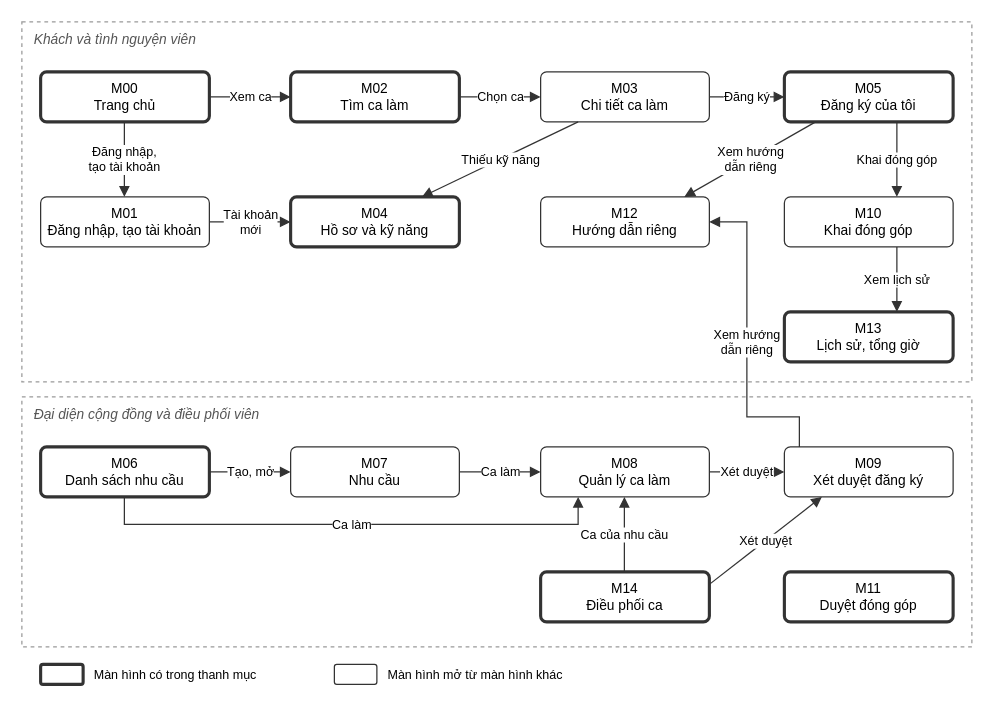
kanishere55/OOSD_NenTangDieuPhoi_TNV keeps this draw.io diagram as docs/giao_dien/drawio/So_do_chuyen_man_hinh.drawio. Above is the earlier version. Source tidied: cells renumbered, new cells numbered last; positions are measured from the earlier drawing's top-left corner, leaving out a move shared by most shapes. Both pictures are drawn from the tidied source at 125%, with x=0, y=0 at pixel (21, 21).
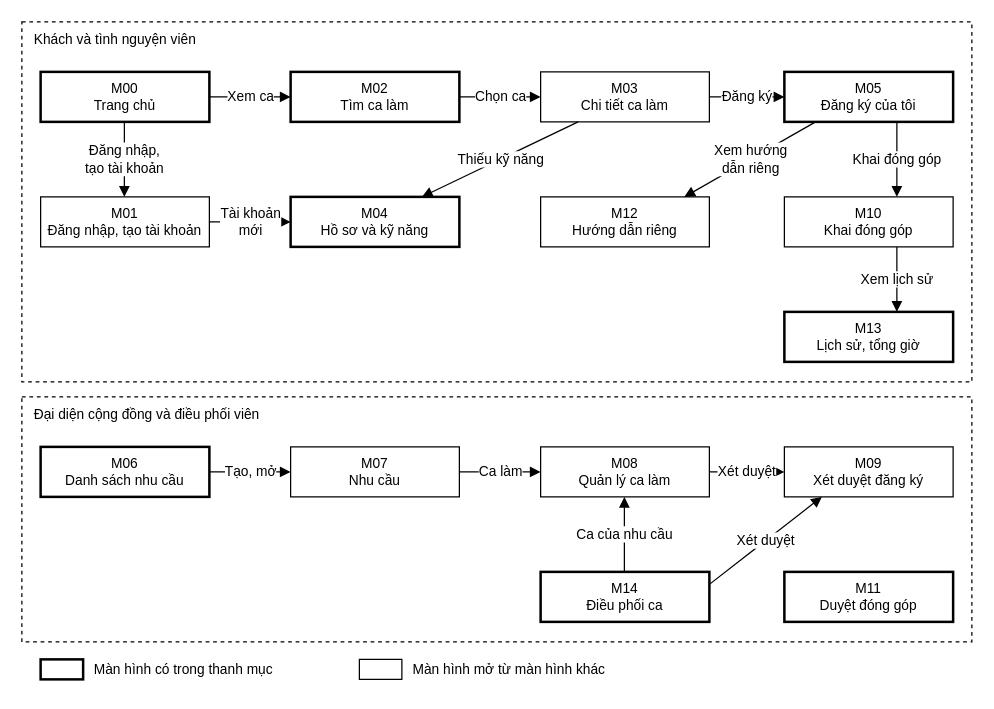
The same page after the edit.

Diff of the diagram source:
```diff
@@
-    <mxCell id="2" style="rounded=0;arcSize=8;whiteSpace=wrap;html=1;fillColor=#ffffff;strokeColor=#999999;dashed=1;" parent="1" vertex="1">
+    <mxCell id="2" style="rounded=0;whiteSpace=wrap;html=1;fillColor=#ffffff;strokeColor=#000000;fontColor=#000000;fontSize=12;align=center;dashed=1;" parent="1" vertex="1">
       <mxGeometry width="760" height="288" as="geometry" />
     </mxCell>
-    <mxCell id="3" value="Khách và tình nguyện viên" style="text;html=1;strokeColor=none;fillColor=none;align=left;verticalAlign=middle;whiteSpace=wrap;rounded=0;fontSize=11;fontStyle=2;fontColor=#555555;" parent="1" vertex="1">
-      <mxGeometry x="8" y="4" width="300" height="19" as="geometry" />
+    <mxCell id="3" value="Khách và tình nguyện viên" style="text;html=1;strokeColor=none;fillColor=none;whiteSpace=wrap;verticalAlign=middle;fontColor=#000000;align=left;fontSize=11;fontStyle=0;" parent="1" vertex="1">
+      <mxGeometry x="8" y="4" width="300" height="20" as="geometry" />
     </mxCell>
-    <mxCell id="4" style="rounded=0;arcSize=8;whiteSpace=wrap;html=1;fillColor=#ffffff;strokeColor=#999999;dashed=1;" parent="1" vertex="1">
-      <mxGeometry y="300" width="760" height="200" as="geometry" />
+    <mxCell id="4" style="rounded=0;whiteSpace=wrap;html=1;fillColor=#ffffff;strokeColor=#000000;fontColor=#000000;fontSize=12;align=center;dashed=1;" parent="1" vertex="1">
+      <mxGeometry y="300" width="760" height="196" as="geometry" />
     </mxCell>
-    <mxCell id="5" value="Đại diện cộng đồng và điều phối viên" style="text;html=1;strokeColor=none;fillColor=none;align=left;verticalAlign=middle;whiteSpace=wrap;rounded=0;fontSize=11;fontStyle=2;fontColor=#555555;" parent="1" vertex="1">
-      <mxGeometry x="8" y="304" width="300" height="19" as="geometry" />
+    <mxCell id="5" value="Đại diện cộng đồng và điều phối viên" style="text;html=1;strokeColor=none;fillColor=none;whiteSpace=wrap;verticalAlign=middle;fontColor=#000000;align=left;fontSize=11;fontStyle=0;" parent="1" vertex="1">
+      <mxGeometry x="8" y="304" width="300" height="20" as="geometry" />
     </mxCell>
-    <mxCell id="6" value="M00&lt;br&gt;Trang chủ" style="rounded=1;arcSize=12;whiteSpace=wrap;html=1;fontSize=11;fillColor=#ffffff;strokeColor=#333333;strokeWidth=2.5;" parent="1" vertex="1">
+    <mxCell id="6" value="M00&lt;br&gt;Trang chủ" style="rounded=0;whiteSpace=wrap;html=1;fillColor=#ffffff;strokeColor=#000000;fontColor=#000000;fontSize=11;align=center;strokeWidth=2;" parent="1" vertex="1">
       <mxGeometry x="15" y="40" width="135" height="40" as="geometry" />
     </mxCell>
-    <mxCell id="7" value="M02&lt;br&gt;Tìm ca làm" style="rounded=1;arcSize=12;whiteSpace=wrap;html=1;fontSize=11;fillColor=#ffffff;strokeColor=#333333;strokeWidth=2.5;" parent="1" vertex="1">
+    <mxCell id="7" value="M02&lt;br&gt;Tìm ca làm" style="rounded=0;whiteSpace=wrap;html=1;fillColor=#ffffff;strokeColor=#000000;fontColor=#000000;fontSize=11;align=center;strokeWidth=2;" parent="1" vertex="1">
       <mxGeometry x="215" y="40" width="135" height="40" as="geometry" />
     </mxCell>
-    <mxCell id="8" value="M03&lt;br&gt;Chi tiết ca làm" style="rounded=1;arcSize=12;whiteSpace=wrap;html=1;fontSize=11;fillColor=#ffffff;strokeColor=#333333;" parent="1" vertex="1">
+    <mxCell id="8" value="M03&lt;br&gt;Chi tiết ca làm" style="rounded=0;whiteSpace=wrap;html=1;fillColor=#ffffff;strokeColor=#000000;fontColor=#000000;fontSize=11;align=center;" parent="1" vertex="1">
       <mxGeometry x="415" y="40" width="135" height="40" as="geometry" />
     </mxCell>
-    <mxCell id="9" value="M05&lt;br&gt;Đăng ký của tôi" style="rounded=1;arcSize=12;whiteSpace=wrap;html=1;fontSize=11;fillColor=#ffffff;strokeColor=#333333;strokeWidth=2.5;" parent="1" vertex="1">
+    <mxCell id="9" value="M05&lt;br&gt;Đăng ký của tôi" style="rounded=0;whiteSpace=wrap;html=1;fillColor=#ffffff;strokeColor=#000000;fontColor=#000000;fontSize=11;align=center;strokeWidth=2;" parent="1" vertex="1">
       <mxGeometry x="610" y="40" width="135" height="40" as="geometry" />
     </mxCell>
-    <mxCell id="10" value="M01&lt;br&gt;Đăng nhập, tạo tài khoản" style="rounded=1;arcSize=12;whiteSpace=wrap;html=1;fontSize=11;fillColor=#ffffff;strokeColor=#333333;" parent="1" vertex="1">
+    <mxCell id="10" value="M01&lt;br&gt;Đăng nhập, tạo tài khoản" style="rounded=0;whiteSpace=wrap;html=1;fillColor=#ffffff;strokeColor=#000000;fontColor=#000000;fontSize=11;align=center;" parent="1" vertex="1">
       <mxGeometry x="15" y="140" width="135" height="40" as="geometry" />
     </mxCell>
-    <mxCell id="11" value="M04&lt;br&gt;Hồ sơ và kỹ năng" style="rounded=1;arcSize=12;whiteSpace=wrap;html=1;fontSize=11;fillColor=#ffffff;strokeColor=#333333;strokeWidth=2.5;" parent="1" vertex="1">
+    <mxCell id="11" value="M04&lt;br&gt;Hồ sơ và kỹ năng" style="rounded=0;whiteSpace=wrap;html=1;fillColor=#ffffff;strokeColor=#000000;fontColor=#000000;fontSize=11;align=center;strokeWidth=2;" parent="1" vertex="1">
       <mxGeometry x="215" y="140" width="135" height="40" as="geometry" />
     </mxCell>
-    <mxCell id="12" value="M12&lt;br&gt;Hướng dẫn riêng" style="rounded=1;arcSize=12;whiteSpace=wrap;html=1;fontSize=11;fillColor=#ffffff;strokeColor=#333333;" parent="1" vertex="1">
+    <mxCell id="12" value="M12&lt;br&gt;Hướng dẫn riêng" style="rounded=0;whiteSpace=wrap;html=1;fillColor=#ffffff;strokeColor=#000000;fontColor=#000000;fontSize=11;align=center;" parent="1" vertex="1">
       <mxGeometry x="415" y="140" width="135" height="40" as="geometry" />
     </mxCell>
-    <mxCell id="13" value="M10&lt;br&gt;Khai đóng góp" style="rounded=1;arcSize=12;whiteSpace=wrap;html=1;fontSize=11;fillColor=#ffffff;strokeColor=#333333;" parent="1" vertex="1">
+    <mxCell id="13" value="M10&lt;br&gt;Khai đóng góp" style="rounded=0;whiteSpace=wrap;html=1;fillColor=#ffffff;strokeColor=#000000;fontColor=#000000;fontSize=11;align=center;" parent="1" vertex="1">
       <mxGeometry x="610" y="140" width="135" height="40" as="geometry" />
     </mxCell>
-    <mxCell id="14" value="M13&lt;br&gt;Lịch sử, tổng giờ" style="rounded=1;arcSize=12;whiteSpace=wrap;html=1;fontSize=11;fillColor=#ffffff;strokeColor=#333333;strokeWidth=2.5;" parent="1" vertex="1">
+    <mxCell id="14" value="M13&lt;br&gt;Lịch sử, tổng giờ" style="rounded=0;whiteSpace=wrap;html=1;fillColor=#ffffff;strokeColor=#000000;fontColor=#000000;fontSize=11;align=center;strokeWidth=2;" parent="1" vertex="1">
       <mxGeometry x="610" y="232" width="135" height="40" as="geometry" />
     </mxCell>
-    <mxCell id="15" value="M06&lt;br&gt;Danh sách nhu cầu" style="rounded=1;arcSize=12;whiteSpace=wrap;html=1;fontSize=11;fillColor=#ffffff;strokeColor=#333333;strokeWidth=2.5;" parent="1" vertex="1">
+    <mxCell id="15" value="M06&lt;br&gt;Danh sách nhu cầu" style="rounded=0;whiteSpace=wrap;html=1;fillColor=#ffffff;strokeColor=#000000;fontColor=#000000;fontSize=11;align=center;strokeWidth=2;" parent="1" vertex="1">
       <mxGeometry x="15" y="340" width="135" height="40" as="geometry" />
     </mxCell>
-    <mxCell id="16" value="M07&lt;br&gt;Nhu cầu" style="rounded=1;arcSize=12;whiteSpace=wrap;html=1;fontSize=11;fillColor=#ffffff;strokeColor=#333333;" parent="1" vertex="1">
+    <mxCell id="16" value="M07&lt;br&gt;Nhu cầu" style="rounded=0;whiteSpace=wrap;html=1;fillColor=#ffffff;strokeColor=#000000;fontColor=#000000;fontSize=11;align=center;" parent="1" vertex="1">
       <mxGeometry x="215" y="340" width="135" height="40" as="geometry" />
     </mxCell>
-    <mxCell id="17" value="M08&lt;br&gt;Quản lý ca làm" style="rounded=1;arcSize=12;whiteSpace=wrap;html=1;fontSize=11;fillColor=#ffffff;strokeColor=#333333;" parent="1" vertex="1">
+    <mxCell id="17" value="M08&lt;br&gt;Quản lý ca làm" style="rounded=0;whiteSpace=wrap;html=1;fillColor=#ffffff;strokeColor=#000000;fontColor=#000000;fontSize=11;align=center;" parent="1" vertex="1">
       <mxGeometry x="415" y="340" width="135" height="40" as="geometry" />
     </mxCell>
-    <mxCell id="18" value="M09&lt;br&gt;Xét duyệt đăng ký" style="rounded=1;arcSize=12;whiteSpace=wrap;html=1;fontSize=11;fillColor=#ffffff;strokeColor=#333333;" parent="1" vertex="1">
+    <mxCell id="18" value="M09&lt;br&gt;Xét duyệt đăng ký" style="rounded=0;whiteSpace=wrap;html=1;fillColor=#ffffff;strokeColor=#000000;fontColor=#000000;fontSize=11;align=center;" parent="1" vertex="1">
       <mxGeometry x="610" y="340" width="135" height="40" as="geometry" />
     </mxCell>
-    <mxCell id="19" value="M14&lt;br&gt;Điều phối ca" style="rounded=1;arcSize=12;whiteSpace=wrap;html=1;fontSize=11;fillColor=#ffffff;strokeColor=#333333;strokeWidth=2.5;" parent="1" vertex="1">
+    <mxCell id="19" value="M14&lt;br&gt;Điều phối ca" style="rounded=0;whiteSpace=wrap;html=1;fillColor=#ffffff;strokeColor=#000000;fontColor=#000000;fontSize=11;align=center;strokeWidth=2;" parent="1" vertex="1">
       <mxGeometry x="415" y="440" width="135" height="40" as="geometry" />
     </mxCell>
-    <mxCell id="20" value="M11&lt;br&gt;Duyệt đóng góp" style="rounded=1;arcSize=12;whiteSpace=wrap;html=1;fontSize=11;fillColor=#ffffff;strokeColor=#333333;strokeWidth=2.5;" parent="1" vertex="1">
+    <mxCell id="20" value="M11&lt;br&gt;Duyệt đóng góp" style="rounded=0;whiteSpace=wrap;html=1;fillColor=#ffffff;strokeColor=#000000;fontColor=#000000;fontSize=11;align=center;strokeWidth=2;" parent="1" vertex="1">
       <mxGeometry x="610" y="440" width="135" height="40" as="geometry" />
     </mxCell>
-    <mxCell id="21" value="Xem ca" style="endArrow=block;endFill=1;endSize=6;html=1;rounded=0;strokeColor=#333333;fontSize=10;labelBackgroundColor=#ffffff;" parent="1" edge="1">
+    <mxCell id="21" value="Xem ca" style="endArrow=block;endFill=1;html=1;rounded=0;strokeColor=#000000;fontColor=#000000;fontSize=11;labelBackgroundColor=#ffffff;" parent="1" edge="1">
       <mxGeometry relative="1" as="geometry">
         <mxPoint x="150" y="60" as="sourcePoint" />
         <mxPoint x="215" y="60" as="targetPoint" />
       </mxGeometry>
     </mxCell>
-    <mxCell id="22" value="Chọn ca" style="endArrow=block;endFill=1;endSize=6;html=1;rounded=0;strokeColor=#333333;fontSize=10;labelBackgroundColor=#ffffff;" parent="1" edge="1">
+    <mxCell id="22" value="Chọn ca" style="endArrow=block;endFill=1;html=1;rounded=0;strokeColor=#000000;fontColor=#000000;fontSize=11;labelBackgroundColor=#ffffff;" parent="1" edge="1">
       <mxGeometry relative="1" as="geometry">
         <mxPoint x="350" y="60" as="sourcePoint" />
         <mxPoint x="415" y="60" as="targetPoint" />
       </mxGeometry>
     </mxCell>
-    <mxCell id="23" value="Đăng ký" style="endArrow=block;endFill=1;endSize=6;html=1;rounded=0;strokeColor=#333333;fontSize=10;labelBackgroundColor=#ffffff;" parent="1" edge="1">
+    <mxCell id="23" value="Đăng ký" style="endArrow=block;endFill=1;html=1;rounded=0;strokeColor=#000000;fontColor=#000000;fontSize=11;labelBackgroundColor=#ffffff;" parent="1" edge="1">
       <mxGeometry relative="1" as="geometry">
         <mxPoint x="550" y="60" as="sourcePoint" />
         <mxPoint x="610" y="60" as="targetPoint" />
       </mxGeometry>
     </mxCell>
-    <mxCell id="24" value="Đăng nhập,&lt;br&gt;tạo tài khoản" style="endArrow=block;endFill=1;endSize=6;html=1;rounded=0;strokeColor=#333333;fontSize=10;labelBackgroundColor=#ffffff;" parent="1" edge="1">
+    <mxCell id="24" value="Đăng nhập,&lt;br&gt;tạo tài khoản" style="endArrow=block;endFill=1;html=1;rounded=0;strokeColor=#000000;fontColor=#000000;fontSize=11;labelBackgroundColor=#ffffff;" parent="1" edge="1">
       <mxGeometry relative="1" as="geometry">
         <mxPoint x="82" y="80" as="sourcePoint" />
         <mxPoint x="82" y="140" as="targetPoint" />
       </mxGeometry>
     </mxCell>
-    <mxCell id="25" value="Tài khoản&lt;br&gt;mới" style="endArrow=block;endFill=1;endSize=6;html=1;rounded=0;strokeColor=#333333;fontSize=10;labelBackgroundColor=#ffffff;" parent="1" edge="1">
+    <mxCell id="25" value="Tài khoản&lt;br&gt;mới" style="endArrow=block;endFill=1;html=1;rounded=0;strokeColor=#000000;fontColor=#000000;fontSize=11;labelBackgroundColor=#ffffff;" parent="1" edge="1">
       <mxGeometry relative="1" as="geometry">
         <mxPoint x="150" y="160" as="sourcePoint" />
         <mxPoint x="215" y="160" as="targetPoint" />
       </mxGeometry>
     </mxCell>
-    <mxCell id="26" value="Thiếu kỹ năng" style="endArrow=block;endFill=1;endSize=6;html=1;rounded=0;strokeColor=#333333;fontSize=10;labelBackgroundColor=#ffffff;" parent="1" edge="1">
+    <mxCell id="26" value="Thiếu kỹ năng" style="endArrow=block;endFill=1;html=1;rounded=0;strokeColor=#000000;fontColor=#000000;fontSize=11;labelBackgroundColor=#ffffff;" parent="1" edge="1">
       <mxGeometry relative="1" as="geometry">
         <mxPoint x="445" y="80" as="sourcePoint" />
         <mxPoint x="320" y="140" as="targetPoint" />
       </mxGeometry>
     </mxCell>
-    <mxCell id="27" value="Xem hướng&lt;br&gt;dẫn riêng" style="endArrow=block;endFill=1;endSize=6;html=1;rounded=0;strokeColor=#333333;fontSize=10;labelBackgroundColor=#ffffff;" parent="1" edge="1">
+    <mxCell id="27" value="Xem hướng&lt;br&gt;dẫn riêng" style="endArrow=block;endFill=1;html=1;rounded=0;strokeColor=#000000;fontColor=#000000;fontSize=11;labelBackgroundColor=#ffffff;" parent="1" edge="1">
       <mxGeometry relative="1" as="geometry">
         <mxPoint x="635" y="80" as="sourcePoint" />
         <mxPoint x="530" y="140" as="targetPoint" />
       </mxGeometry>
     </mxCell>
-    <mxCell id="28" value="Khai đóng góp" style="endArrow=block;endFill=1;endSize=6;html=1;rounded=0;strokeColor=#333333;fontSize=10;labelBackgroundColor=#ffffff;" parent="1" edge="1">
+    <mxCell id="28" value="Khai đóng góp" style="endArrow=block;endFill=1;html=1;rounded=0;strokeColor=#000000;fontColor=#000000;fontSize=11;labelBackgroundColor=#ffffff;" parent="1" edge="1">
       <mxGeometry relative="1" as="geometry">
         <mxPoint x="700" y="80" as="sourcePoint" />
         <mxPoint x="700" y="140" as="targetPoint" />
       </mxGeometry>
     </mxCell>
-    <mxCell id="29" value="Xem lịch sử" style="endArrow=block;endFill=1;endSize=6;html=1;rounded=0;strokeColor=#333333;fontSize=10;labelBackgroundColor=#ffffff;" parent="1" edge="1">
+    <mxCell id="29" value="Xem lịch sử" style="endArrow=block;endFill=1;html=1;rounded=0;strokeColor=#000000;fontColor=#000000;fontSize=11;labelBackgroundColor=#ffffff;" parent="1" edge="1">
       <mxGeometry relative="1" as="geometry">
         <mxPoint x="700" y="180" as="sourcePoint" />
         <mxPoint x="700" y="232" as="targetPoint" />
       </mxGeometry>
     </mxCell>
-    <mxCell id="30" value="Tạo, mở" style="endArrow=block;endFill=1;endSize=6;html=1;rounded=0;strokeColor=#333333;fontSize=10;labelBackgroundColor=#ffffff;" parent="1" edge="1">
+    <mxCell id="30" value="Tạo, mở" style="endArrow=block;endFill=1;html=1;rounded=0;strokeColor=#000000;fontColor=#000000;fontSize=11;labelBackgroundColor=#ffffff;" parent="1" edge="1">
       <mxGeometry relative="1" as="geometry">
         <mxPoint x="150" y="360" as="sourcePoint" />
         <mxPoint x="215" y="360" as="targetPoint" />
       </mxGeometry>
     </mxCell>
-    <mxCell id="31" value="Ca làm" style="endArrow=block;endFill=1;endSize=6;html=1;rounded=0;strokeColor=#333333;fontSize=10;labelBackgroundColor=#ffffff;" parent="1" edge="1">
+    <mxCell id="31" value="Ca làm" style="endArrow=block;endFill=1;html=1;rounded=0;strokeColor=#000000;fontColor=#000000;fontSize=11;labelBackgroundColor=#ffffff;" parent="1" edge="1">
       <mxGeometry relative="1" as="geometry">
         <mxPoint x="350" y="360" as="sourcePoint" />
         <mxPoint x="415" y="360" as="targetPoint" />
       </mxGeometry>
     </mxCell>
-    <mxCell id="32" value="Ca làm" style="endArrow=block;endFill=1;endSize=6;html=1;rounded=0;strokeColor=#333333;fontSize=10;labelBackgroundColor=#ffffff;" parent="1" edge="1">
+    <mxCell id="32" value="Xét duyệt" style="endArrow=block;endFill=1;html=1;rounded=0;strokeColor=#000000;fontColor=#000000;fontSize=11;labelBackgroundColor=#ffffff;" parent="1" edge="1">
       <mxGeometry relative="1" as="geometry">
-        <mxPoint x="82" y="380" as="sourcePoint" />
-        <mxPoint x="445" y="380" as="targetPoint" />
-        <Array as="points">
-          <mxPoint x="82" y="402" />
-          <mxPoint x="445" y="402" />
-        </Array>
+        <mxPoint x="550" y="360" as="sourcePoint" />
+        <mxPoint x="610" y="360" as="targetPoint" />
       </mxGeometry>
     </mxCell>
-    <mxCell id="33" value="Xét duyệt" style="endArrow=block;endFill=1;endSize=6;html=1;rounded=0;strokeColor=#333333;fontSize=10;labelBackgroundColor=#ffffff;" parent="1" edge="1">
+    <mxCell id="33" value="Ca của nhu cầu" style="endArrow=block;endFill=1;html=1;rounded=0;strokeColor=#000000;fontColor=#000000;fontSize=11;labelBackgroundColor=#ffffff;" parent="1" edge="1">
       <mxGeometry relative="1" as="geometry">
-        <mxPoint x="550" y="360" as="sourcePoint" />
-        <mxPoint x="610" y="360" as="targetPoint" />
+        <mxPoint x="482" y="440" as="sourcePoint" />
+        <mxPoint x="482" y="380" as="targetPoint" />
       </mxGeometry>
     </mxCell>
-    <mxCell id="34" value="Ca của nhu cầu" style="endArrow=block;endFill=1;endSize=6;html=1;rounded=0;strokeColor=#333333;fontSize=10;labelBackgroundColor=#ffffff;" parent="1" edge="1">
+    <mxCell id="34" value="Xét duyệt" style="endArrow=block;endFill=1;html=1;rounded=0;strokeColor=#000000;fontColor=#000000;fontSize=11;labelBackgroundColor=#ffffff;" parent="1" edge="1">
       <mxGeometry relative="1" as="geometry">
-        <mxPoint x="482" y="440" as="sourcePoint" />
-        <mxPoint x="482" y="380" as="targetPoint" />
+        <mxPoint x="550" y="450" as="sourcePoint" />
+        <mxPoint x="640" y="380" as="targetPoint" />
       </mxGeometry>
     </mxCell>
-    <mxCell id="35" value="Xét duyệt" style="endArrow=block;endFill=1;endSize=6;html=1;rounded=0;strokeColor=#333333;fontSize=10;labelBackgroundColor=#ffffff;" parent="1" edge="1">
-      <mxGeometry relative="1" as="geometry">
-        <mxPoint x="550" y="450" as="sourcePoint" />
-        <mxPoint x="640" y="380" as="targetPoint" />
-      </mxGeometry>
+    <mxCell id="35" style="rounded=0;whiteSpace=wrap;html=1;fillColor=#ffffff;strokeColor=#000000;fontColor=#000000;fontSize=12;align=center;strokeWidth=2;" parent="1" vertex="1">
+      <mxGeometry x="15" y="510" width="34" height="16" as="geometry" />
     </mxCell>
-    <mxCell id="36" value="Xem hướng&lt;br&gt;dẫn riêng" style="endArrow=block;endFill=1;endSize=6;html=1;rounded=0;strokeColor=#333333;fontSize=10;labelBackgroundColor=#ffffff;" parent="1" edge="1">
-      <mxGeometry relative="1" as="geometry">
-        <mxPoint x="622" y="340" as="sourcePoint" />
-        <mxPoint x="550" y="160" as="targetPoint" />
-        <Array as="points">
-          <mxPoint x="622" y="316" />
-          <mxPoint x="580" y="316" />
-          <mxPoint x="580" y="160" />
-        </Array>
-      </mxGeometry>
+    <mxCell id="36" value="Màn hình có trong thanh mục" style="text;html=1;strokeColor=none;fillColor=none;whiteSpace=wrap;verticalAlign=middle;fontColor=#000000;align=left;fontSize=11;fontStyle=0;" parent="1" vertex="1">
+      <mxGeometry x="56" y="508" width="300" height="20" as="geometry" />
     </mxCell>
-    <mxCell id="37" style="rounded=1;arcSize=12;whiteSpace=wrap;html=1;fillColor=#ffffff;strokeColor=#333333;strokeWidth=2.5;" parent="1" vertex="1">
-      <mxGeometry x="15" y="514" width="34" height="16" as="geometry" />
+    <mxCell id="37" style="rounded=0;whiteSpace=wrap;html=1;fillColor=#ffffff;strokeColor=#000000;fontColor=#000000;fontSize=12;align=center;" parent="1" vertex="1">
+      <mxGeometry x="270" y="510" width="34" height="16" as="geometry" />
     </mxCell>
-    <mxCell id="38" value="Màn hình có trong thanh mục" style="text;html=1;strokeColor=none;fillColor=none;align=left;verticalAlign=middle;whiteSpace=wrap;rounded=0;fontSize=10;fontStyle=0;fontColor=#000000;" parent="1" vertex="1">
-      <mxGeometry x="56" y="512" width="300" height="20" as="geometry" />
+    <mxCell id="38" value="Màn hình mở từ màn hình khác" style="text;html=1;strokeColor=none;fillColor=none;whiteSpace=wrap;verticalAlign=middle;fontColor=#000000;align=left;fontSize=11;fontStyle=0;" parent="1" vertex="1">
+      <mxGeometry x="311" y="508" width="300" height="20" as="geometry" />
     </mxCell>
-    <mxCell id="39" style="rounded=1;arcSize=12;whiteSpace=wrap;html=1;fillColor=#ffffff;strokeColor=#333333;" parent="1" vertex="1">
-      <mxGeometry x="250" y="514" width="34" height="16" as="geometry" />
-    </mxCell>
-    <mxCell id="40" value="Màn hình mở từ màn hình khác" style="text;html=1;strokeColor=none;fillColor=none;align=left;verticalAlign=middle;whiteSpace=wrap;rounded=0;fontSize=10;fontStyle=0;fontColor=#000000;" parent="1" vertex="1">
-      <mxGeometry x="291" y="512" width="300" height="20" as="geometry" />
-    </mxCell>
```
